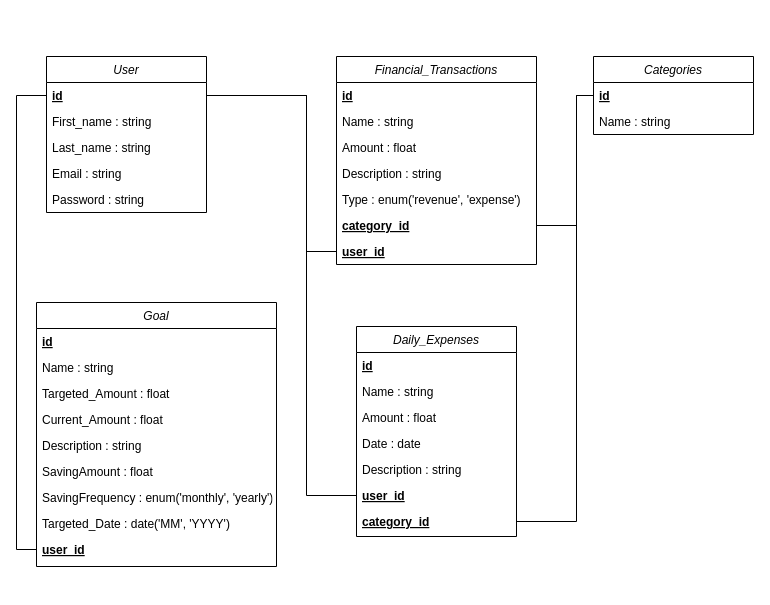
Earlier version of the draw.io diagram conception/MLD.drawio (Ayope/ClearMoney.com). Source tidied: cells renumbered, new cells numbered last; positions are measured from the earlier drawing's top-left corner, leaving out a move shared by most shapes. Both pictures are drawn from the tidied source at 100%, with x=0, y=0 at pixel (16, 56).
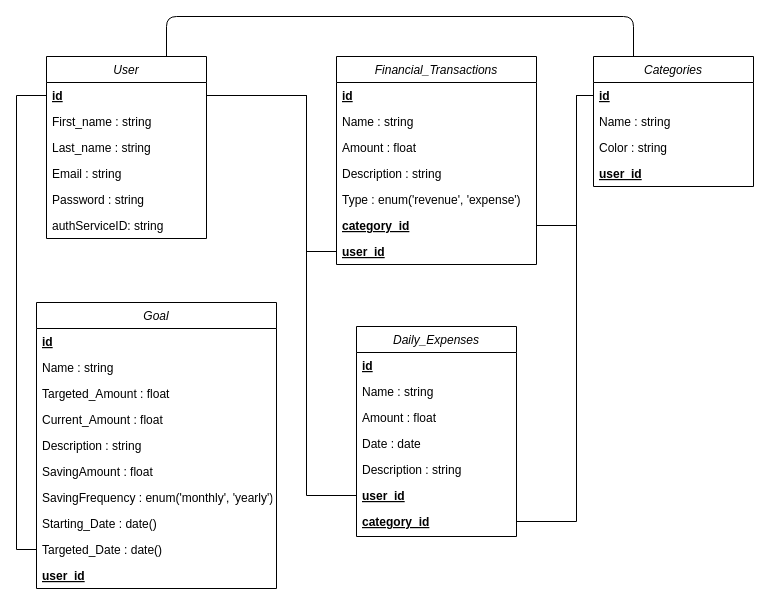
Above is the later version.

Change to the diagram source:
```diff
@@
     <mxCell id="2" value="User" style="swimlane;fontStyle=2;align=center;verticalAlign=top;horizontal=1;startSize=26;rounded=0;shadow=0;strokeWidth=1;" parent="1" vertex="1">
-      <mxGeometry x="30" width="160" height="156" as="geometry" />
+      <mxGeometry x="30" width="160" height="182" as="geometry" />
     </mxCell>
@@
+    <mxCell id="42" value="authServiceID: string" style="text;align=left;verticalAlign=top;spacingLeft=4;spacingRight=4;overflow=hidden;rounded=0;shadow=0;html=0;" parent="2" vertex="1">
+      <mxGeometry y="156" width="160" height="26" as="geometry" />
+    </mxCell>
@@
     <mxCell id="24" value="Categories" style="swimlane;fontStyle=2;align=center;verticalAlign=top;horizontal=1;startSize=26;rounded=0;shadow=0;strokeWidth=1;" parent="1" vertex="1">
-      <mxGeometry x="577" width="160" height="78" as="geometry" />
+      <mxGeometry x="577" width="160" height="130" as="geometry" />
     </mxCell>
@@
+    <mxCell id="43" value="Color : string" style="text;align=left;verticalAlign=top;spacingLeft=4;spacingRight=4;overflow=hidden;" parent="24" vertex="1">
+      <mxGeometry y="78" width="160" height="26" as="geometry" />
+    </mxCell>
+    <mxCell id="44" value="user_id" style="text;align=left;verticalAlign=top;spacingLeft=4;spacingRight=4;overflow=hidden;rounded=0;shadow=0;html=0;fontStyle=5;" parent="24" vertex="1">
+      <mxGeometry y="104" width="160" height="26" as="geometry" />
+    </mxCell>
@@
     <mxCell id="31" value="Goal" style="swimlane;fontStyle=2;align=center;verticalAlign=top;horizontal=1;startSize=26;rounded=0;shadow=0;strokeWidth=1;" parent="1" vertex="1">
-      <mxGeometry x="20" y="246" width="240" height="264" as="geometry" />
+      <mxGeometry x="20" y="246" width="240" height="286" as="geometry" />
     </mxCell>
@@
+    <mxCell id="45" value="Starting_Date : date()" style="text;align=left;verticalAlign=top;spacingLeft=4;spacingRight=4;overflow=hidden;rounded=0;shadow=0;html=0;" parent="31" vertex="1">
+      <mxGeometry y="208" width="240" height="26" as="geometry" />
+    </mxCell>
-    <mxCell id="39" value="Targeted_Date : date('MM', 'YYYY')" style="text;align=left;verticalAlign=top;spacingLeft=4;spacingRight=4;overflow=hidden;rounded=0;shadow=0;html=0;" parent="31" vertex="1">
-      <mxGeometry y="208" width="240" height="26" as="geometry" />
+    <mxCell id="39" value="Targeted_Date : date()" style="text;align=left;verticalAlign=top;spacingLeft=4;spacingRight=4;overflow=hidden;rounded=0;shadow=0;html=0;" parent="31" vertex="1">
+      <mxGeometry y="234" width="240" height="26" as="geometry" />
     </mxCell>
     <mxCell id="40" value="user_id" style="text;align=left;verticalAlign=top;spacingLeft=4;spacingRight=4;overflow=hidden;points=[[0,0.5],[1,0.5]];portConstraint=eastwest;rounded=0;shadow=0;html=0;fontStyle=5;" parent="31" vertex="1">
-      <mxGeometry y="234" width="240" height="26" as="geometry" />
+      <mxGeometry y="260" width="240" height="26" as="geometry" />
     </mxCell>
@@
+    <mxCell id="46" style="edgeStyle=orthogonalEdgeStyle;html=1;exitX=0.25;exitY=0;exitDx=0;exitDy=0;entryX=0.75;entryY=0;entryDx=0;entryDy=0;endArrow=none;endFill=0;" parent="1" edge="1" source="24" target="2">
+      <mxGeometry relative="1" as="geometry">
+        <Array as="points">
+          <mxPoint x="617" y="-40" />
+          <mxPoint x="150" y="-40" />
+        </Array>
+      </mxGeometry>
+    </mxCell>
```
